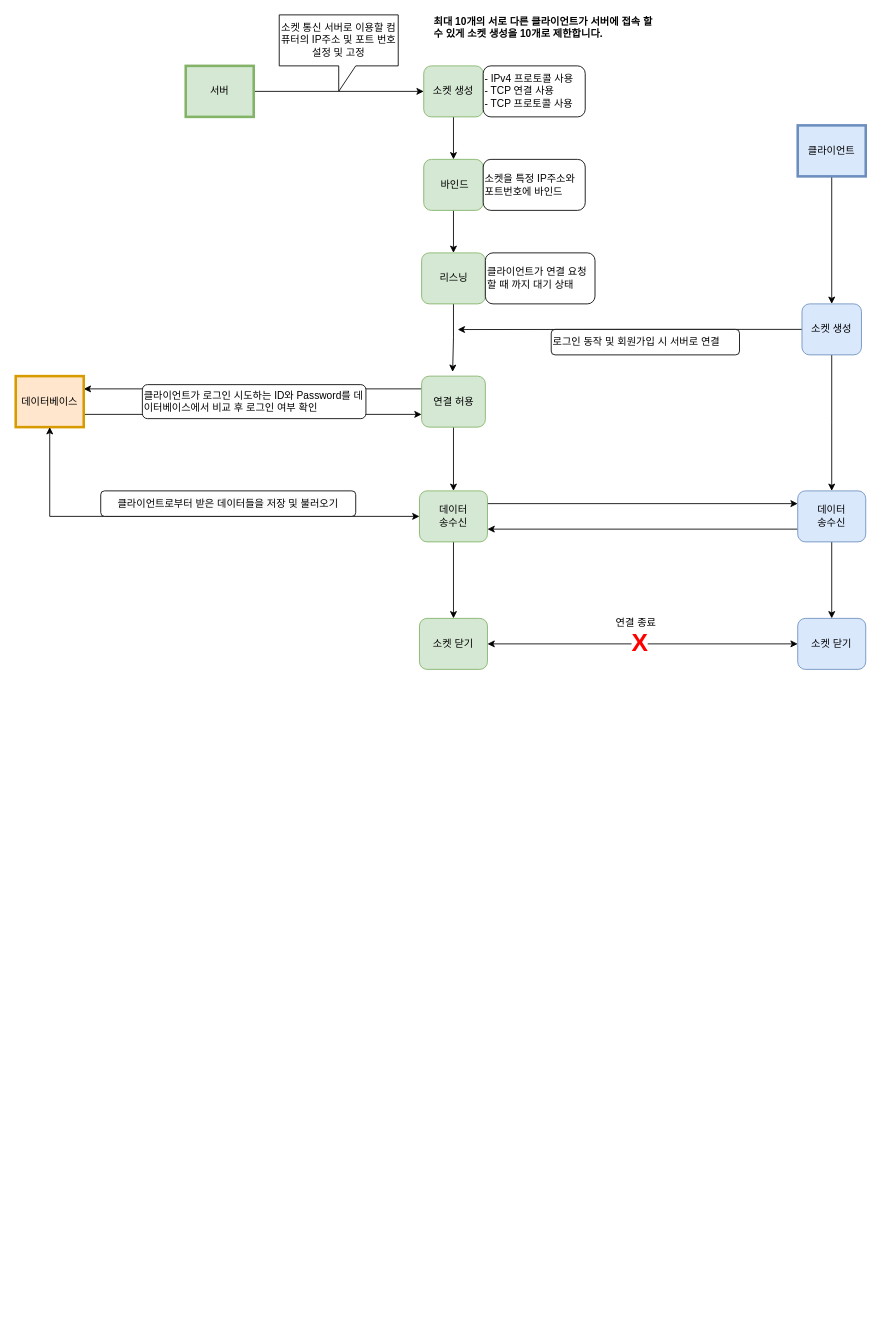
Before: 소켓 통신.drawio in jh051777/chat, a draw.io diagram. Source tidied: cells renumbered, new cells numbered last; positions are measured from the earlier drawing's top-left corner, leaving out a move shared by most shapes. Both pictures are drawn from the tidied source at 85%, with x=0, y=0 at pixel (15, 14).
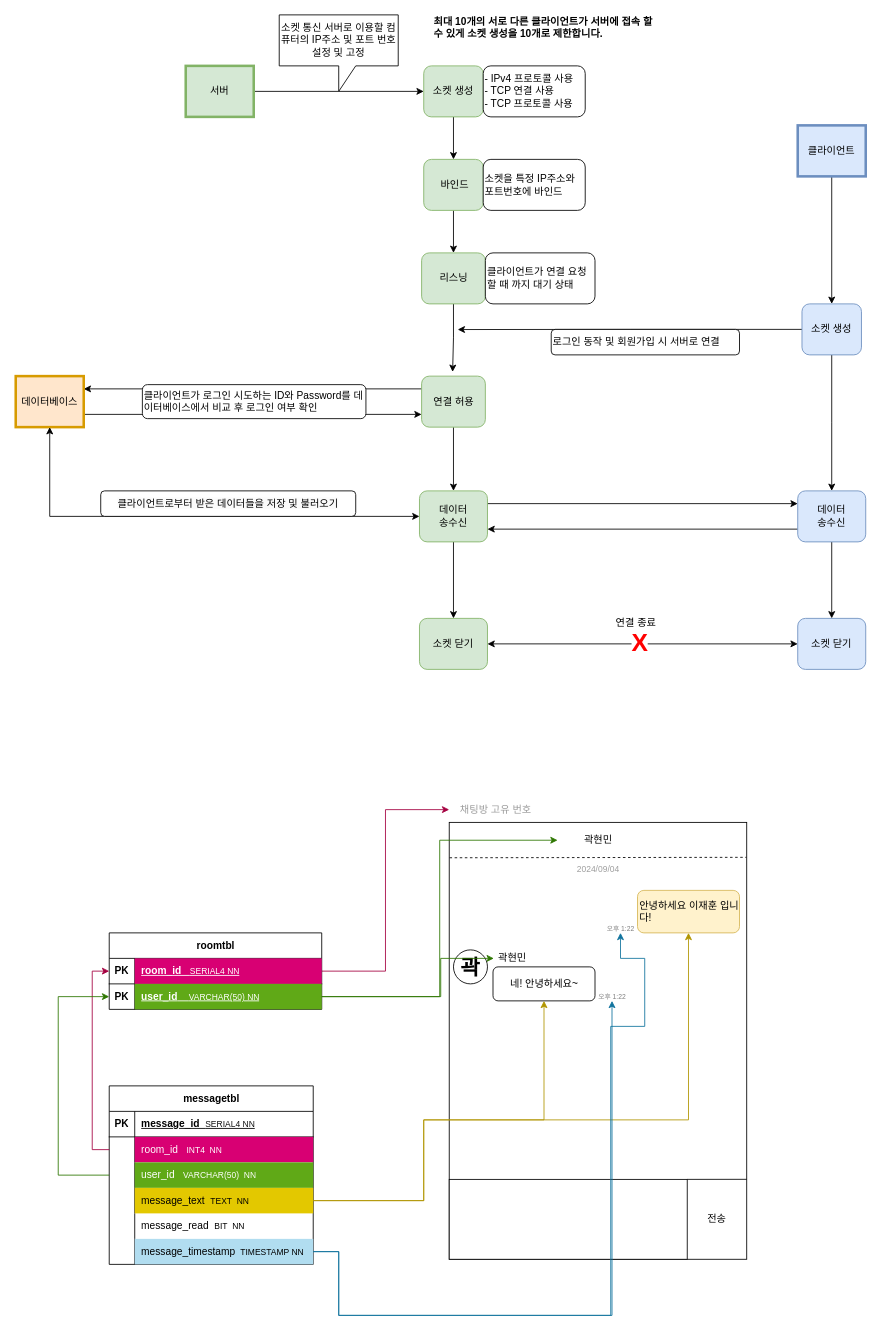
The same diagram, later.

Commit message:
소켓 통신.drawio 업데이트

What changed in the source:
```diff
@@
+    <mxCell id="40" style="rounded=0;whiteSpace=wrap;html=1;" parent="1" vertex="1">
+      <mxGeometry x="510" y="950" width="350" height="514" as="geometry" />
+    </mxCell>
+    <mxCell id="41" value="안녕하세요 이재훈 입니다!" style="rounded=1;whiteSpace=wrap;html=1;align=left;fillColor=#fff2cc;strokeColor=#d6b656;" parent="1" vertex="1">
+      <mxGeometry x="731.5" y="1030" width="120" height="50" as="geometry" />
+    </mxCell>
+    <mxCell id="42" value="곽현민" style="text;html=1;align=center;verticalAlign=middle;whiteSpace=wrap;rounded=0;" parent="1" vertex="1">
+      <mxGeometry x="637.5" y="956" width="95" height="30" as="geometry" />
+    </mxCell>
+    <mxCell id="43" style="endArrow=none;dashed=1;html=1;rounded=0;entryX=0.999;entryY=0.08;entryDx=0;entryDy=0;entryPerimeter=0;exitX=0.001;exitY=0.081;exitDx=0;exitDy=0;exitPerimeter=0;" parent="1" edge="1" source="40" target="40">
+      <mxGeometry relative="1" as="geometry" />
+    </mxCell>
+    <mxCell id="44" style="rounded=0;whiteSpace=wrap;html=1;" parent="1" vertex="1">
+      <mxGeometry x="510" y="1370" width="280" height="94" as="geometry" />
+    </mxCell>
+    <mxCell id="45" style="endArrow=none;html=1;rounded=0;entryX=1;entryY=0;entryDx=0;entryDy=0;exitX=1;exitY=0.817;exitDx=0;exitDy=0;exitPerimeter=0;" parent="1" edge="1" source="40" target="44">
+      <mxGeometry relative="1" as="geometry" />
+    </mxCell>
+    <mxCell id="46" style="edgeStyle=orthogonalEdgeStyle;rounded=0;jettySize=auto;html=1;exitX=1;exitY=0.5;exitDx=0;exitDy=0;entryX=0;entryY=0.5;entryDx=0;entryDy=0;fillColor=#d80073;strokeColor=#A50040;" parent="1" edge="1" source="47" target="60">
+      <mxGeometry relative="1" as="geometry" />
+    </mxCell>
+    <mxCell id="47" value="roomtbl" style="shape=table;startSize=30;childLayout=tableLayout;rowLines=0;fontStyle=1;align=center;html=1;" parent="1" vertex="1">
+      <mxGeometry x="110" y="1080" width="250" height="90" as="geometry" />
+    </mxCell>
+    <mxCell id="48" style="shape=tableRow;horizontal=0;startSize=0;swimlaneHead=0;swimlaneBody=0;fillColor=none;points=[[0,0.5],[1,0.5]];portConstraint=eastwest;top=0;left=0;right=0;bottom=1;" parent="47" vertex="1">
+      <mxGeometry y="30" width="250" height="30" as="geometry" />
+    </mxCell>
+    <mxCell id="49" value="PK" style="shape=partialRectangle;fillColor=none;top=0;left=0;bottom=0;right=0;fontStyle=1;overflow=hidden;whiteSpace=wrap;html=1;" parent="48" vertex="1">
+      <mxGeometry width="30" height="30" as="geometry" />
+    </mxCell>
+    <mxCell id="50" value="room_id&amp;nbsp; &amp;nbsp;&lt;span style=&quot;font-weight: normal;&quot;&gt;&lt;font size=&quot;1&quot; style=&quot;&quot;&gt;SERIAL4 NN&lt;/font&gt;&lt;/span&gt;" style="shape=partialRectangle;fillColor=#d80073;top=0;left=0;bottom=0;right=0;align=left;spacingLeft=6;fontStyle=5;overflow=hidden;whiteSpace=wrap;html=1;fontColor=#ffffff;strokeColor=#A50040;" parent="48" vertex="1">
+      <mxGeometry x="30" width="220" height="30" as="geometry" />
+    </mxCell>
+    <mxCell id="51" style="shape=tableRow;horizontal=0;startSize=0;swimlaneHead=0;swimlaneBody=0;fillColor=none;points=[[0,0.5],[1,0.5]];portConstraint=eastwest;top=0;left=0;right=0;bottom=0;" parent="47" vertex="1">
+      <mxGeometry y="60" width="250" height="30" as="geometry" />
+    </mxCell>
+    <mxCell id="52" value="&lt;b&gt;PK&lt;/b&gt;" style="shape=partialRectangle;fillColor=none;top=0;left=0;bottom=0;right=0;overflow=hidden;whiteSpace=wrap;html=1;" parent="51" vertex="1">
+      <mxGeometry width="30" height="30" as="geometry" />
+    </mxCell>
+    <mxCell id="53" value="&lt;u&gt;&lt;b&gt;user_id&lt;/b&gt;&amp;nbsp; &amp;nbsp; &lt;font style=&quot;font-size: 10px;&quot;&gt;VARCHAR(50) NN&lt;/font&gt;&lt;/u&gt;" style="shape=partialRectangle;fillColor=#60a917;top=0;left=0;bottom=0;right=0;align=left;spacingLeft=6;overflow=hidden;whiteSpace=wrap;html=1;fontColor=#ffffff;strokeColor=#2D7600;" parent="51" vertex="1">
+      <mxGeometry x="30" width="220" height="30" as="geometry" />
+    </mxCell>
+    <mxCell id="54" style="group;" parent="1" vertex="1">
+      <mxGeometry x="515" y="1100" width="166.5" height="60" as="geometry" />
+    </mxCell>
+    <mxCell id="55" value="곽현민" style="text;html=1;align=center;verticalAlign=middle;whiteSpace=wrap;rounded=0;" parent="54" vertex="1">
+      <mxGeometry x="47.5" width="42.5" height="20" as="geometry" />
+    </mxCell>
+    <mxCell id="56" value="&lt;font size=&quot;1&quot; style=&quot;&quot;&gt;&lt;b style=&quot;font-size: 25px;&quot;&gt;곽&lt;/b&gt;&lt;/font&gt;" style="ellipse;whiteSpace=wrap;html=1;" parent="54" vertex="1">
+      <mxGeometry width="40" height="40" as="geometry" />
+    </mxCell>
+    <mxCell id="57" value="네! 안녕하세요~" style="rounded=1;whiteSpace=wrap;html=1;" parent="54" vertex="1">
+      <mxGeometry x="46.5" y="20" width="120" height="40" as="geometry" />
+    </mxCell>
+    <mxCell id="58" value="2024/09/04" style="text;html=1;align=center;verticalAlign=middle;whiteSpace=wrap;rounded=0;fontSize=10;fontColor=#9E9E9E;" parent="1" vertex="1">
+      <mxGeometry x="637.5" y="990" width="95" height="30" as="geometry" />
+    </mxCell>
+    <mxCell id="59" value="전송" style="text;html=1;align=center;verticalAlign=middle;whiteSpace=wrap;rounded=0;" parent="1" vertex="1">
+      <mxGeometry x="794.5" y="1402" width="60" height="30" as="geometry" />
+    </mxCell>
+    <mxCell id="60" value="채팅방 고유 번호" style="text;html=1;align=center;verticalAlign=middle;whiteSpace=wrap;rounded=0;fontColor=#9C9C9C;" parent="1" vertex="1">
+      <mxGeometry x="510" y="920" width="110" height="30" as="geometry" />
+    </mxCell>
+    <mxCell id="61" value="messagetbl" style="shape=table;startSize=30;childLayout=tableLayout;rowLines=0;fontStyle=1;align=center;html=1;" parent="1" vertex="1">
+      <mxGeometry x="110" y="1260" width="240" height="210" as="geometry" />
+    </mxCell>
+    <mxCell id="62" style="shape=tableRow;horizontal=0;startSize=0;swimlaneHead=0;swimlaneBody=0;fillColor=none;top=0;left=0;right=0;bottom=1;" parent="61" vertex="1">
+      <mxGeometry y="30" width="240" height="30" as="geometry" />
+    </mxCell>
+    <mxCell id="63" value="PK" style="shape=partialRectangle;fillColor=none;top=0;left=0;bottom=0;right=0;fontStyle=1;overflow=hidden;whiteSpace=wrap;html=1;" parent="62" vertex="1">
+      <mxGeometry width="30" height="30" as="geometry" />
+    </mxCell>
+    <mxCell id="64" value="message_id&amp;nbsp;&amp;nbsp;&lt;span style=&quot;font-size: x-small; font-weight: 400;&quot;&gt;&lt;font color=&quot;#0f0f0f&quot;&gt;SERIAL4 NN&lt;/font&gt;&lt;/span&gt;" style="shape=partialRectangle;fillColor=none;top=0;left=0;bottom=0;right=0;align=left;spacingLeft=6;fontStyle=5;overflow=hidden;whiteSpace=wrap;html=1;" parent="62" vertex="1">
+      <mxGeometry x="30" width="210" height="30" as="geometry" />
+    </mxCell>
+    <mxCell id="65" style="shape=tableRow;horizontal=0;startSize=0;swimlaneHead=0;swimlaneBody=0;fillColor=none;points=[[0,0.5],[1,0.5]];portConstraint=eastwest;top=0;left=0;right=0;bottom=0;" parent="61" vertex="1">
+      <mxGeometry y="60" width="240" height="30" as="geometry" />
+    </mxCell>
+    <mxCell id="66" style="shape=partialRectangle;fillColor=none;top=0;left=0;bottom=0;right=0;overflow=hidden;whiteSpace=wrap;html=1;" parent="65" vertex="1">
+      <mxGeometry width="30" height="30" as="geometry" />
+    </mxCell>
+    <mxCell id="67" value="room_id&amp;nbsp; &amp;nbsp;&lt;font style=&quot;font-size: 10px;&quot;&gt;INT4&amp;nbsp; NN&lt;/font&gt;" style="shape=partialRectangle;fillColor=#d80073;top=0;left=0;bottom=0;right=0;align=left;spacingLeft=6;overflow=hidden;whiteSpace=wrap;html=1;fontColor=#ffffff;strokeColor=#A50040;" parent="65" vertex="1">
+      <mxGeometry x="30" width="210" height="30" as="geometry" />
+    </mxCell>
+    <mxCell id="68" style="shape=tableRow;horizontal=0;startSize=0;swimlaneHead=0;swimlaneBody=0;fillColor=none;points=[[0,0.5],[1,0.5]];portConstraint=eastwest;top=0;left=0;right=0;bottom=0;" parent="61" vertex="1">
+      <mxGeometry y="90" width="240" height="30" as="geometry" />
+    </mxCell>
+    <mxCell id="69" style="shape=partialRectangle;fillColor=none;top=0;left=0;bottom=0;right=0;overflow=hidden;whiteSpace=wrap;html=1;" parent="68" vertex="1">
+      <mxGeometry width="30" height="30" as="geometry" />
+    </mxCell>
+    <mxCell id="70" value="user_id&amp;nbsp; &amp;nbsp;&lt;font style=&quot;font-size: 10px;&quot;&gt;VARCHAR(50)&amp;nbsp; NN&lt;/font&gt;" style="shape=partialRectangle;fillColor=#60a917;top=0;left=0;bottom=0;right=0;align=left;spacingLeft=6;overflow=hidden;whiteSpace=wrap;html=1;fontColor=#ffffff;strokeColor=#2D7600;" parent="68" vertex="1">
+      <mxGeometry x="30" width="210" height="30" as="geometry" />
+    </mxCell>
+    <mxCell id="71" style="shape=tableRow;horizontal=0;startSize=0;swimlaneHead=0;swimlaneBody=0;fillColor=none;points=[[0,0.5],[1,0.5]];portConstraint=eastwest;top=0;left=0;right=0;bottom=0;" parent="61" vertex="1">
+      <mxGeometry y="120" width="240" height="30" as="geometry" />
+    </mxCell>
+    <mxCell id="72" style="shape=partialRectangle;fillColor=none;top=0;left=0;bottom=0;right=0;overflow=hidden;whiteSpace=wrap;html=1;" parent="71" vertex="1">
+      <mxGeometry width="30" height="30" as="geometry" />
+    </mxCell>
+    <mxCell id="73" value="message_text&amp;nbsp; &lt;font style=&quot;font-size: 10px;&quot;&gt;TEXT&amp;nbsp; NN&lt;/font&gt;" style="shape=partialRectangle;fillColor=#e3c800;top=0;left=0;bottom=0;right=0;align=left;spacingLeft=6;overflow=hidden;whiteSpace=wrap;html=1;fontColor=#000000;strokeColor=#B09500;" parent="71" vertex="1">
+      <mxGeometry x="30" width="210" height="30" as="geometry" />
+    </mxCell>
+    <mxCell id="74" style="shape=tableRow;horizontal=0;startSize=0;swimlaneHead=0;swimlaneBody=0;fillColor=none;top=0;left=0;right=0;bottom=0;" parent="61" vertex="1">
+      <mxGeometry y="150" width="240" height="30" as="geometry" />
+    </mxCell>
+    <mxCell id="75" style="shape=partialRectangle;fillColor=none;top=0;left=0;bottom=0;right=0;overflow=hidden;whiteSpace=wrap;html=1;" parent="74" vertex="1">
+      <mxGeometry width="30" height="30" as="geometry" />
+    </mxCell>
+    <mxCell id="76" value="message_read&amp;nbsp; &lt;font style=&quot;font-size: 10px;&quot;&gt;BIT&amp;nbsp; NN&lt;/font&gt;" style="shape=partialRectangle;fillColor=none;top=0;left=0;bottom=0;right=0;align=left;spacingLeft=6;overflow=hidden;whiteSpace=wrap;html=1;" parent="74" vertex="1">
+      <mxGeometry x="30" width="210" height="30" as="geometry" />
+    </mxCell>
+    <mxCell id="77" style="shape=tableRow;horizontal=0;startSize=0;swimlaneHead=0;swimlaneBody=0;fillColor=none;points=[[0,0.5],[1,0.5]];portConstraint=eastwest;top=0;left=0;right=0;bottom=0;" parent="61" vertex="1">
+      <mxGeometry y="180" width="240" height="30" as="geometry" />
+    </mxCell>
+    <mxCell id="78" style="shape=partialRectangle;fillColor=none;top=0;left=0;bottom=0;right=0;overflow=hidden;whiteSpace=wrap;html=1;" parent="77" vertex="1">
+      <mxGeometry width="30" height="30" as="geometry" />
+    </mxCell>
+    <mxCell id="79" value="message_timestamp&amp;nbsp;&lt;font style=&quot;font-size: 10px;&quot;&gt; TIMESTAMP NN&lt;/font&gt;" style="shape=partialRectangle;fillColor=#b1ddf0;top=0;left=0;bottom=0;right=0;align=left;spacingLeft=6;overflow=hidden;whiteSpace=wrap;html=1;strokeColor=#10739e;" parent="77" vertex="1">
+      <mxGeometry x="30" width="210" height="30" as="geometry" />
+    </mxCell>
+    <mxCell id="80" value="오후 1:22" style="text;html=1;align=center;verticalAlign=middle;whiteSpace=wrap;rounded=0;fontColor=#828282;fontSize=8;" parent="1" vertex="1">
+      <mxGeometry x="691.5" y="1070" width="40" height="10" as="geometry" />
+    </mxCell>
+    <mxCell id="81" value="오후 1:22" style="text;html=1;align=center;verticalAlign=middle;whiteSpace=wrap;rounded=0;fontColor=#828282;fontSize=8;" parent="1" vertex="1">
+      <mxGeometry x="681.5" y="1150" width="40" height="10" as="geometry" />
+    </mxCell>
+    <mxCell id="82" style="edgeStyle=orthogonalEdgeStyle;rounded=0;jettySize=auto;html=1;exitX=1;exitY=0.5;exitDx=0;exitDy=0;entryX=0;entryY=0.5;entryDx=0;entryDy=0;fillColor=#60a917;strokeColor=#2D7600;" parent="1" edge="1" source="51" target="55">
+      <mxGeometry relative="1" as="geometry">
+        <Array as="points">
+          <mxPoint x="500" y="1155" />
+          <mxPoint x="500" y="1110" />
+        </Array>
+      </mxGeometry>
+    </mxCell>
+    <mxCell id="83" style="edgeStyle=orthogonalEdgeStyle;rounded=0;jettySize=auto;html=1;exitX=1;exitY=0.5;exitDx=0;exitDy=0;entryX=0;entryY=0.5;entryDx=0;entryDy=0;fillColor=#60a917;strokeColor=#2D7600;" parent="1" edge="1" source="51" target="42">
+      <mxGeometry relative="1" as="geometry" />
+    </mxCell>
+    <mxCell id="84" style="edgeStyle=orthogonalEdgeStyle;rounded=0;jettySize=auto;html=1;exitX=0;exitY=0.5;exitDx=0;exitDy=0;entryX=0;entryY=0.5;entryDx=0;entryDy=0;fillColor=#d80073;strokeColor=#A50040;" parent="1" edge="1" source="65" target="48">
+      <mxGeometry relative="1" as="geometry" />
+    </mxCell>
+    <mxCell id="85" style="edgeStyle=orthogonalEdgeStyle;rounded=0;jettySize=auto;html=1;exitX=0;exitY=0.5;exitDx=0;exitDy=0;entryX=0;entryY=0.5;entryDx=0;entryDy=0;fillColor=#60a917;strokeColor=#2D7600;" parent="1" edge="1" source="68" target="51">
+      <mxGeometry relative="1" as="geometry">
+        <Array as="points">
+          <mxPoint x="50" y="1365" />
+          <mxPoint x="50" y="1155" />
+        </Array>
+      </mxGeometry>
+    </mxCell>
+    <mxCell id="86" style="edgeStyle=orthogonalEdgeStyle;rounded=0;jettySize=auto;html=1;exitX=1;exitY=0.5;exitDx=0;exitDy=0;entryX=0.5;entryY=1;entryDx=0;entryDy=0;fillColor=#e3c800;strokeColor=#B09500;" parent="1" edge="1" source="71" target="57">
+      <mxGeometry relative="1" as="geometry">
+        <Array as="points">
+          <mxPoint x="480" y="1395" />
+          <mxPoint x="480" y="1300" />
+          <mxPoint x="622" y="1300" />
+        </Array>
+      </mxGeometry>
+    </mxCell>
+    <mxCell id="87" style="edgeStyle=orthogonalEdgeStyle;rounded=0;jettySize=auto;html=1;exitX=1;exitY=0.5;exitDx=0;exitDy=0;entryX=0.5;entryY=1;entryDx=0;entryDy=0;fillColor=#e3c800;strokeColor=#B09500;" parent="1" edge="1" source="71" target="41">
+      <mxGeometry relative="1" as="geometry">
+        <Array as="points">
+          <mxPoint x="480" y="1395" />
+          <mxPoint x="480" y="1300" />
+          <mxPoint x="792" y="1300" />
+        </Array>
+      </mxGeometry>
+    </mxCell>
+    <mxCell id="88" style="edgeStyle=orthogonalEdgeStyle;rounded=0;jettySize=auto;html=1;exitX=1;exitY=0.5;exitDx=0;exitDy=0;entryX=0.5;entryY=1;entryDx=0;entryDy=0;fillColor=#b1ddf0;strokeColor=#10739e;" parent="1" edge="1" source="77" target="81">
+      <mxGeometry relative="1" as="geometry">
+        <Array as="points">
+          <mxPoint x="380" y="1455" />
+          <mxPoint x="380" y="1530" />
+          <mxPoint x="702" y="1530" />
+          <mxPoint x="702" y="1160" />
+        </Array>
+      </mxGeometry>
+    </mxCell>
+    <mxCell id="89" style="edgeStyle=orthogonalEdgeStyle;rounded=0;jettySize=auto;html=1;exitX=1;exitY=0.5;exitDx=0;exitDy=0;entryX=0.5;entryY=1;entryDx=0;entryDy=0;fillColor=#b1ddf0;strokeColor=#10739e;" parent="1" edge="1" source="77" target="80">
+      <mxGeometry relative="1" as="geometry">
+        <Array as="points">
+          <mxPoint x="380" y="1455" />
+          <mxPoint x="380" y="1530" />
+          <mxPoint x="700" y="1530" />
+          <mxPoint x="700" y="1190" />
+          <mxPoint x="740" y="1190" />
+          <mxPoint x="740" y="1110" />
+          <mxPoint x="712" y="1110" />
+        </Array>
+      </mxGeometry>
+    </mxCell>
```
